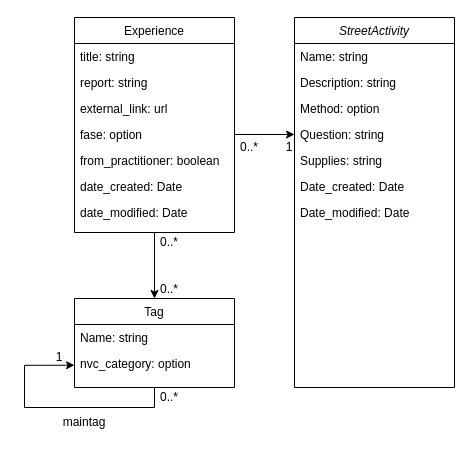
Above: architecture/streetactivity_domainmodel.drawio in MxTheo/travelingguestbook (draw.io), before the change. Source tidied: cells renumbered, new cells numbered last; positions are measured from the earlier drawing's top-left corner, leaving out a move shared by most shapes. Both pictures are drawn from the tidied source at 100%, with x=0, y=0 at pixel (24, 17).
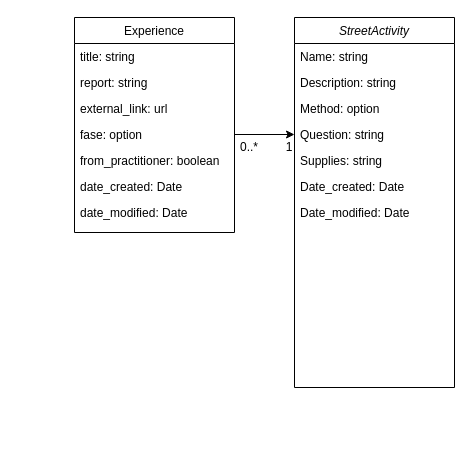
The same page after the edit.

The change refers to these unchanged cells:
```xml
<mxCell id="14" value="Experience" style="swimlane;fontStyle=0;align=center;verticalAlign=top;horizontal=1;startSize=26;rounded=0;shadow=0;strokeWidth=1;" parent="1" vertex="1">
  <mxGeometry x="50" width="160" height="215" as="geometry" />
</mxCell>
```

Change to the diagram source:
```diff
@@
-    <mxCell id="10" style="edgeStyle=orthogonalEdgeStyle;rounded=0;orthogonalLoop=1;jettySize=auto;html=1;exitX=0.5;exitY=1;exitDx=0;exitDy=0;entryX=0;entryY=0.75;entryDx=0;entryDy=0;" parent="1" edge="1" source="11" target="11">
-      <mxGeometry relative="1" as="geometry">
-        <Array as="points">
-          <mxPoint x="130" y="390" />
-          <mxPoint y="390" />
-          <mxPoint y="348" />
-        </Array>
-      </mxGeometry>
-    </mxCell>
-    <mxCell id="11" value="Tag" style="swimlane;fontStyle=0;align=center;verticalAlign=top;horizontal=1;startSize=26;rounded=0;shadow=0;strokeWidth=1;" parent="1" vertex="1">
-      <mxGeometry x="50" y="281" width="160" height="89" as="geometry" />
-    </mxCell>
-    <mxCell id="12" value="Name: string" style="text;align=left;verticalAlign=top;spacingLeft=4;spacingRight=4;overflow=hidden;" parent="11" vertex="1">
-      <mxGeometry y="26" width="160" height="26" as="geometry" />
-    </mxCell>
-    <mxCell id="13" value="nvc_category: option" style="text;align=left;verticalAlign=top;spacingLeft=4;spacingRight=4;overflow=hidden;" parent="11" vertex="1">
-      <mxGeometry y="52" width="160" height="26" as="geometry" />
-    </mxCell>
@@
-    <mxCell id="23" value="0..*" style="text;html=1;align=center;verticalAlign=middle;whiteSpace=wrap;rounded=0;" parent="1" vertex="1">
-      <mxGeometry x="130" y="215" width="30" height="20" as="geometry" />
-    </mxCell>
-    <mxCell id="24" value="0..*" style="text;html=1;align=center;verticalAlign=middle;whiteSpace=wrap;rounded=0;" parent="1" vertex="1">
-      <mxGeometry x="130" y="262" width="30" height="19" as="geometry" />
-    </mxCell>
@@
-    <mxCell id="27" value="maintag" style="text;html=1;align=center;verticalAlign=middle;whiteSpace=wrap;rounded=0;" parent="1" vertex="1">
-      <mxGeometry x="30" y="390" width="60" height="30" as="geometry" />
-    </mxCell>
-    <mxCell id="28" value="1" style="text;html=1;align=center;verticalAlign=middle;whiteSpace=wrap;rounded=0;" parent="1" vertex="1">
-      <mxGeometry x="30" y="330" width="10" height="20" as="geometry" />
-    </mxCell>
-    <mxCell id="29" value="0..*" style="text;html=1;align=center;verticalAlign=middle;whiteSpace=wrap;rounded=0;" parent="1" vertex="1">
-      <mxGeometry x="130" y="370" width="30" height="20" as="geometry" />
-    </mxCell>
-    <mxCell id="30" style="endArrow=classic;html=1;rounded=0;entryX=0;entryY=1;entryDx=0;entryDy=0;exitX=0.5;exitY=1;exitDx=0;exitDy=0;" parent="1" edge="1" source="14" target="24">
-      <mxGeometry relative="1" as="geometry" />
-    </mxCell>
```
